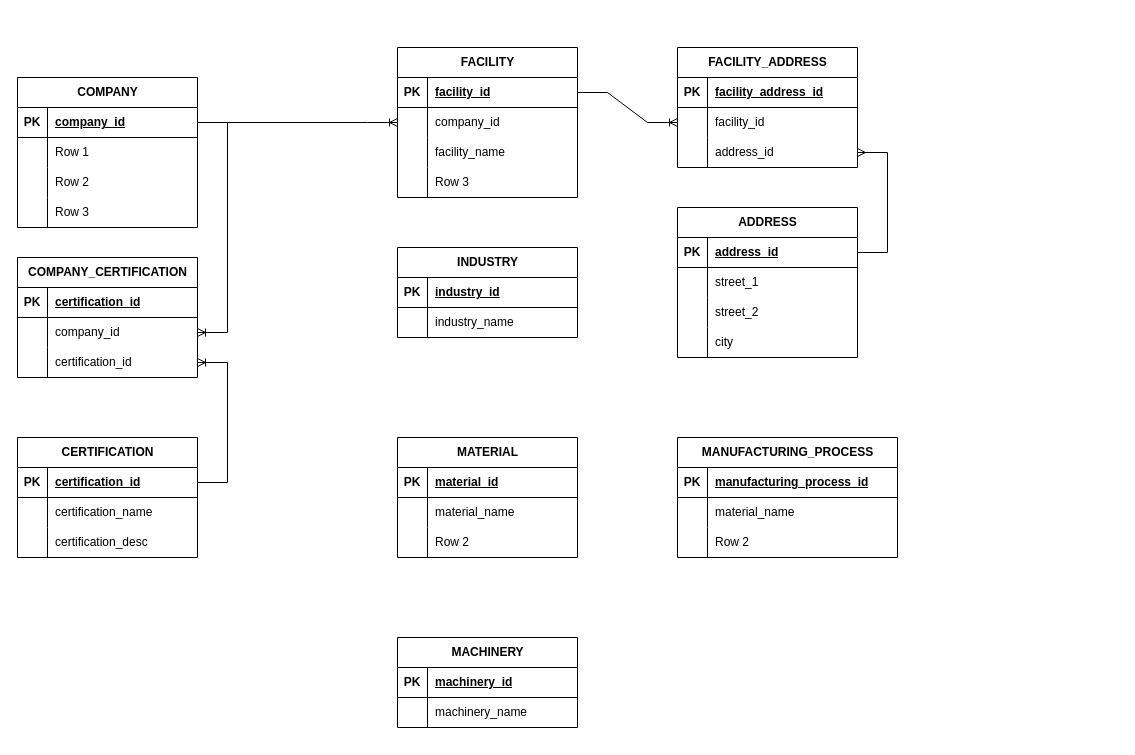
This is DB.drawio from MFR-org/infrastructure-docs, a draw.io file, before an edit. Source tidied: cells renumbered, new cells numbered last; positions are measured from the earlier drawing's top-left corner, leaving out a move shared by most shapes. Both pictures are drawn from the tidied source at 100%, with x=0, y=0 at pixel (17, 47).
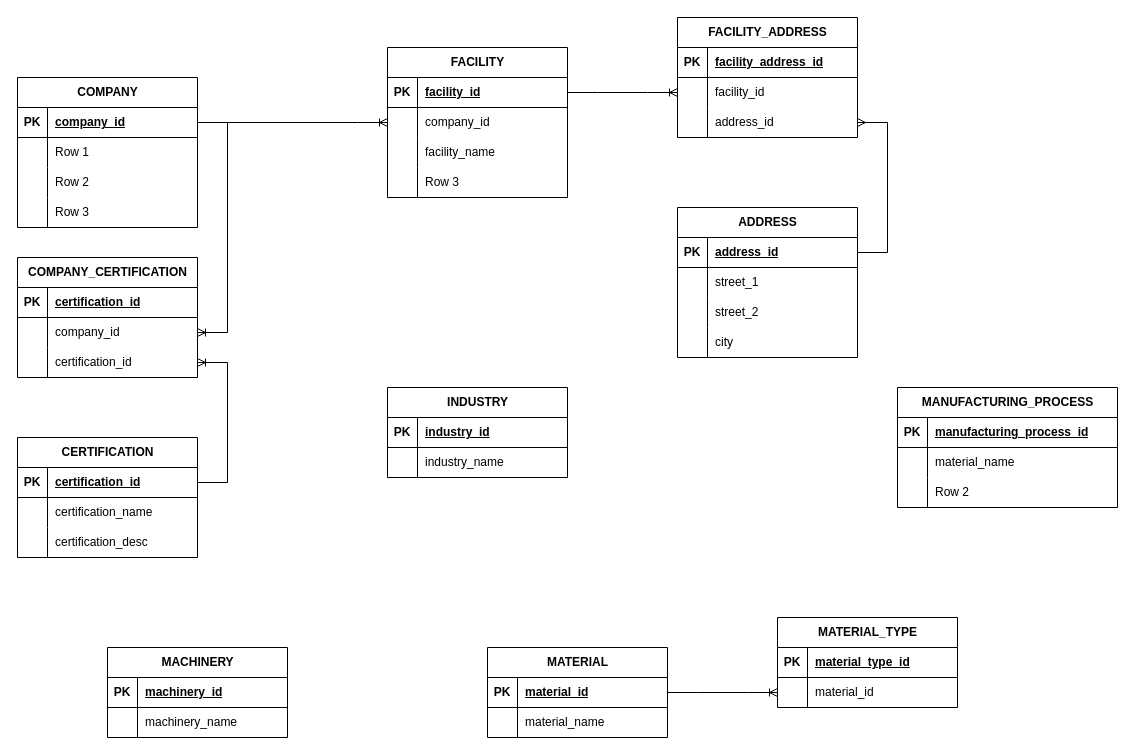
The same page after the edit.

The change refers to these unchanged cells:
```xml
<mxCell id="37" style="shape=tableRow;horizontal=0;startSize=0;swimlaneHead=0;swimlaneBody=0;fillColor=none;points=[[0,0.5],[1,0.5]];portConstraint=eastwest;top=0;left=0;right=0;bottom=1;" parent="36" vertex="1">
  <mxGeometry y="30" width="180" height="30" as="geometry" />
</mxCell>
```

Change to the diagram source:
```diff
@@
     <mxCell id="15" value="FACILITY" style="shape=table;startSize=30;childLayout=tableLayout;rowLines=0;fontStyle=1;align=center;html=1;" parent="1" vertex="1">
-      <mxGeometry x="380" width="180" height="150" as="geometry" />
+      <mxGeometry x="370" width="180" height="150" as="geometry" />
     </mxCell>
@@
     <mxCell id="29" value="INDUSTRY" style="shape=table;startSize=30;childLayout=tableLayout;rowLines=0;fontStyle=1;align=center;html=1;" parent="1" vertex="1">
-      <mxGeometry x="380" y="200" width="180" height="90" as="geometry" />
+      <mxGeometry x="370" y="340" width="180" height="90" as="geometry" />
     </mxCell>
@@
     <mxCell id="36" value="MATERIAL" style="shape=table;startSize=30;childLayout=tableLayout;rowLines=0;fontStyle=1;align=center;html=1;" parent="1" vertex="1">
-      <mxGeometry x="380" y="390" width="180" height="120" as="geometry" />
+      <mxGeometry x="470" y="600" width="180" height="90" as="geometry" />
     </mxCell>
@@
-    <mxCell id="43" style="shape=tableRow;horizontal=0;startSize=0;swimlaneHead=0;swimlaneBody=0;fillColor=none;top=0;left=0;right=0;bottom=0;" parent="36" vertex="1">
-      <mxGeometry y="90" width="180" height="30" as="geometry" />
-    </mxCell>
-    <mxCell id="44" style="shape=partialRectangle;fillColor=none;top=0;left=0;bottom=0;right=0;overflow=hidden;whiteSpace=wrap;html=1;" parent="43" vertex="1">
-      <mxGeometry width="30" height="30" as="geometry" />
-    </mxCell>
-    <mxCell id="45" value="Row 2" style="shape=partialRectangle;fillColor=none;top=0;left=0;bottom=0;right=0;align=left;spacingLeft=6;overflow=hidden;whiteSpace=wrap;html=1;" parent="43" vertex="1">
-      <mxGeometry x="30" width="150" height="30" as="geometry" />
-    </mxCell>
     <mxCell id="46" value="MACHINERY" style="shape=table;startSize=30;childLayout=tableLayout;rowLines=0;fontStyle=1;align=center;html=1;" parent="1" vertex="1">
-      <mxGeometry x="380" y="590" width="180" height="90" as="geometry" />
+      <mxGeometry x="90" y="600" width="180" height="90" as="geometry" />
     </mxCell>
@@
     <mxCell id="88" value="FACILITY_ADDRESS" style="shape=table;startSize=30;childLayout=tableLayout;rowLines=0;fontStyle=1;align=center;html=1;" parent="1" vertex="1">
-      <mxGeometry x="660" width="180" height="120" as="geometry" />
+      <mxGeometry x="660" y="-30" width="180" height="120" as="geometry" />
     </mxCell>
@@
     <mxCell id="100" value="MANUFACTURING_PROCESS" style="shape=table;startSize=30;childLayout=tableLayout;rowLines=0;fontStyle=1;align=center;html=1;" parent="1" vertex="1">
-      <mxGeometry x="660" y="390" width="220" height="120" as="geometry" />
+      <mxGeometry x="880" y="340" width="220" height="120" as="geometry" />
     </mxCell>
@@
+    <mxCell id="110" value="MATERIAL_TYPE" style="shape=table;startSize=30;childLayout=tableLayout;rowLines=0;fontStyle=1;align=center;html=1;" parent="1" vertex="1">
+      <mxGeometry x="760" y="570" width="180" height="90" as="geometry" />
+    </mxCell>
+    <mxCell id="111" style="shape=tableRow;horizontal=0;startSize=0;swimlaneHead=0;swimlaneBody=0;fillColor=none;top=0;left=0;right=0;bottom=1;" parent="110" vertex="1">
+      <mxGeometry y="30" width="180" height="30" as="geometry" />
+    </mxCell>
+    <mxCell id="112" value="PK" style="shape=partialRectangle;fillColor=none;top=0;left=0;bottom=0;right=0;fontStyle=1;overflow=hidden;whiteSpace=wrap;html=1;" parent="111" vertex="1">
+      <mxGeometry width="30" height="30" as="geometry" />
+    </mxCell>
+    <mxCell id="113" value="material_type_id" style="shape=partialRectangle;fillColor=none;top=0;left=0;bottom=0;right=0;align=left;spacingLeft=6;fontStyle=5;overflow=hidden;whiteSpace=wrap;html=1;" parent="111" vertex="1">
+      <mxGeometry x="30" width="150" height="30" as="geometry" />
+    </mxCell>
+    <mxCell id="114" style="shape=tableRow;horizontal=0;startSize=0;swimlaneHead=0;swimlaneBody=0;fillColor=none;points=[[0,0.5],[1,0.5]];portConstraint=eastwest;top=0;left=0;right=0;bottom=0;" parent="110" vertex="1">
+      <mxGeometry y="60" width="180" height="30" as="geometry" />
+    </mxCell>
+    <mxCell id="44" style="shape=partialRectangle;fillColor=none;top=0;left=0;bottom=0;right=0;overflow=hidden;whiteSpace=wrap;html=1;" parent="114" vertex="1">
+      <mxGeometry width="30" height="30" as="geometry" />
+    </mxCell>
+    <mxCell id="115" value="material_id" style="shape=partialRectangle;fillColor=none;top=0;left=0;bottom=0;right=0;align=left;spacingLeft=6;overflow=hidden;whiteSpace=wrap;html=1;" parent="114" vertex="1">
+      <mxGeometry x="30" width="150" height="30" as="geometry" />
+    </mxCell>
+    <mxCell id="116" style="edgeStyle=entityRelationEdgeStyle;fontSize=12;html=1;endArrow=ERoneToMany;rounded=0;exitX=1;exitY=0.5;exitDx=0;exitDy=0;entryX=0;entryY=0.5;entryDx=0;entryDy=0;" parent="1" edge="1" source="37" target="114">
+      <mxGeometry relative="1" as="geometry" />
+    </mxCell>
```
